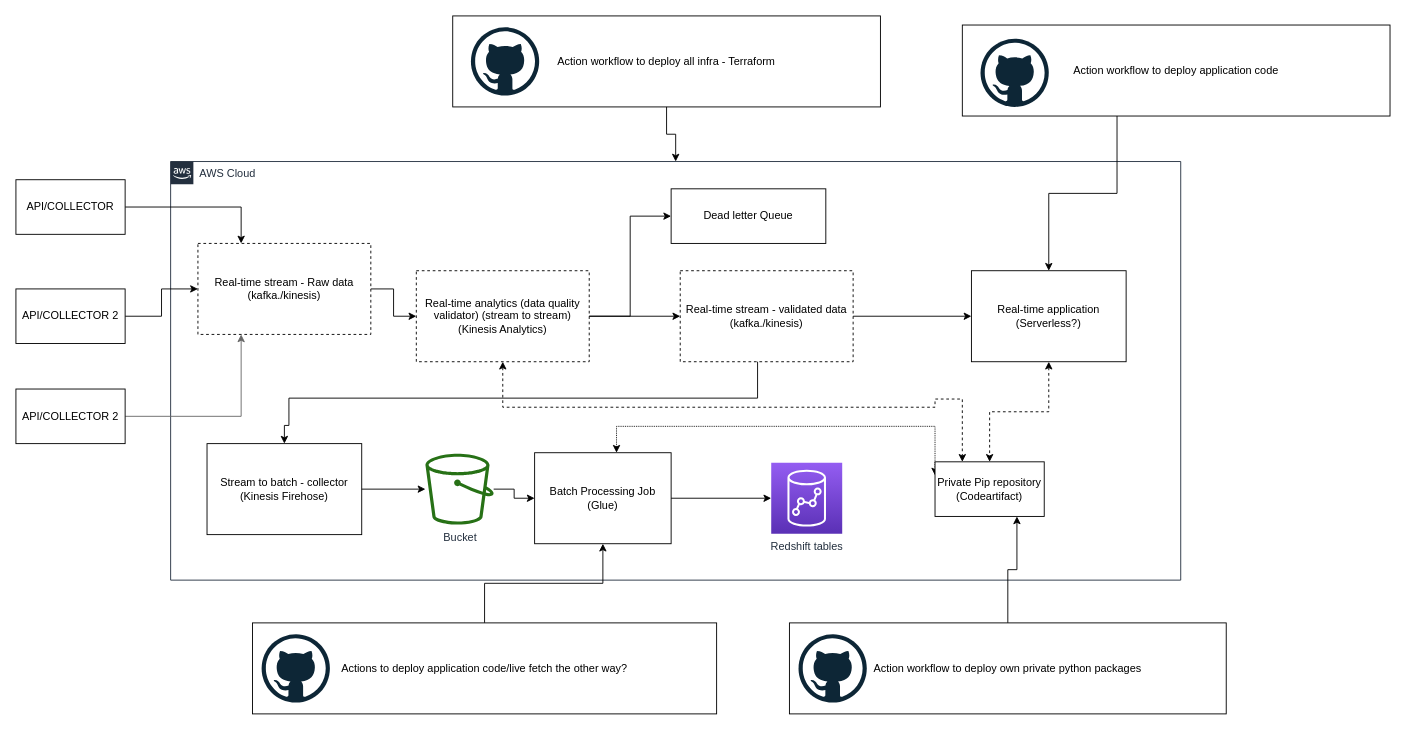
The draw.io diagram page "Page-1" (1 of 2) of docs/drawio_diagrams/general_idea.drawio in pglagerweij/AWS-demo-project, before the edit. Source tidied: cells renumbered, new cells numbered last; positions are measured from the earlier drawing's top-left corner, leaving out a move shared by most shapes. Both pictures are drawn from the tidied source at 91%, with x=0, y=0 at pixel (15, 15).
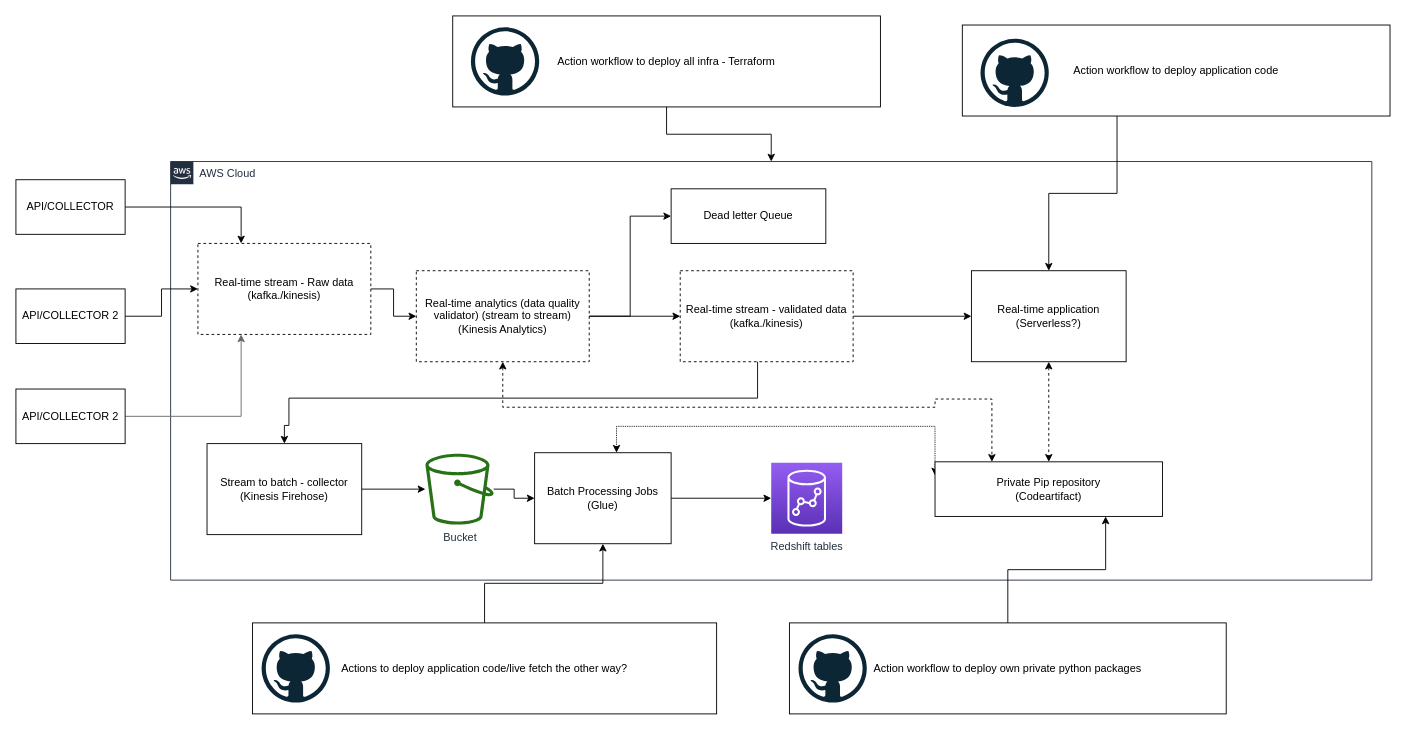
After the change.

What changed in the source:
```diff
@@
     <mxCell id="2" value="AWS Cloud" style="points=[[0,0],[0.25,0],[0.5,0],[0.75,0],[1,0],[1,0.25],[1,0.5],[1,0.75],[1,1],[0.75,1],[0.5,1],[0.25,1],[0,1],[0,0.75],[0,0.5],[0,0.25]];outlineConnect=0;gradientColor=none;html=1;whiteSpace=wrap;fontSize=12;fontStyle=0;shape=mxgraph.aws4.group;grIcon=mxgraph.aws4.group_aws_cloud_alt;strokeColor=#232F3E;fillColor=none;verticalAlign=top;align=left;spacingLeft=30;fontColor=#232F3E;dashed=0;labelBackgroundColor=#ffffff;" parent="1" vertex="1">
-      <mxGeometry x="170" y="160" width="1110" height="460" as="geometry" />
+      <mxGeometry x="170" y="160" width="1320" height="460" as="geometry" />
     </mxCell>
@@
-    <mxCell id="11" value="Batch Processing Job&lt;br&gt;(Glue)" style="rounded=0;whiteSpace=wrap;html=1;labelBackgroundColor=none;fillColor=none;" parent="2" vertex="1">
+    <mxCell id="11" value="Batch Processing Jobs&lt;br&gt;(Glue)" style="rounded=0;whiteSpace=wrap;html=1;labelBackgroundColor=none;fillColor=none;" parent="2" vertex="1">
       <mxGeometry x="400" y="320" width="150" height="100" as="geometry" />
     </mxCell>
@@
     <mxCell id="23" value="Private Pip repository&lt;br&gt;(Codeartifact)" style="rounded=0;whiteSpace=wrap;html=1;" parent="2" vertex="1">
-      <mxGeometry x="840" y="330" width="120" height="60" as="geometry" />
+      <mxGeometry x="840" y="330" width="250" height="60" as="geometry" />
     </mxCell>
```
